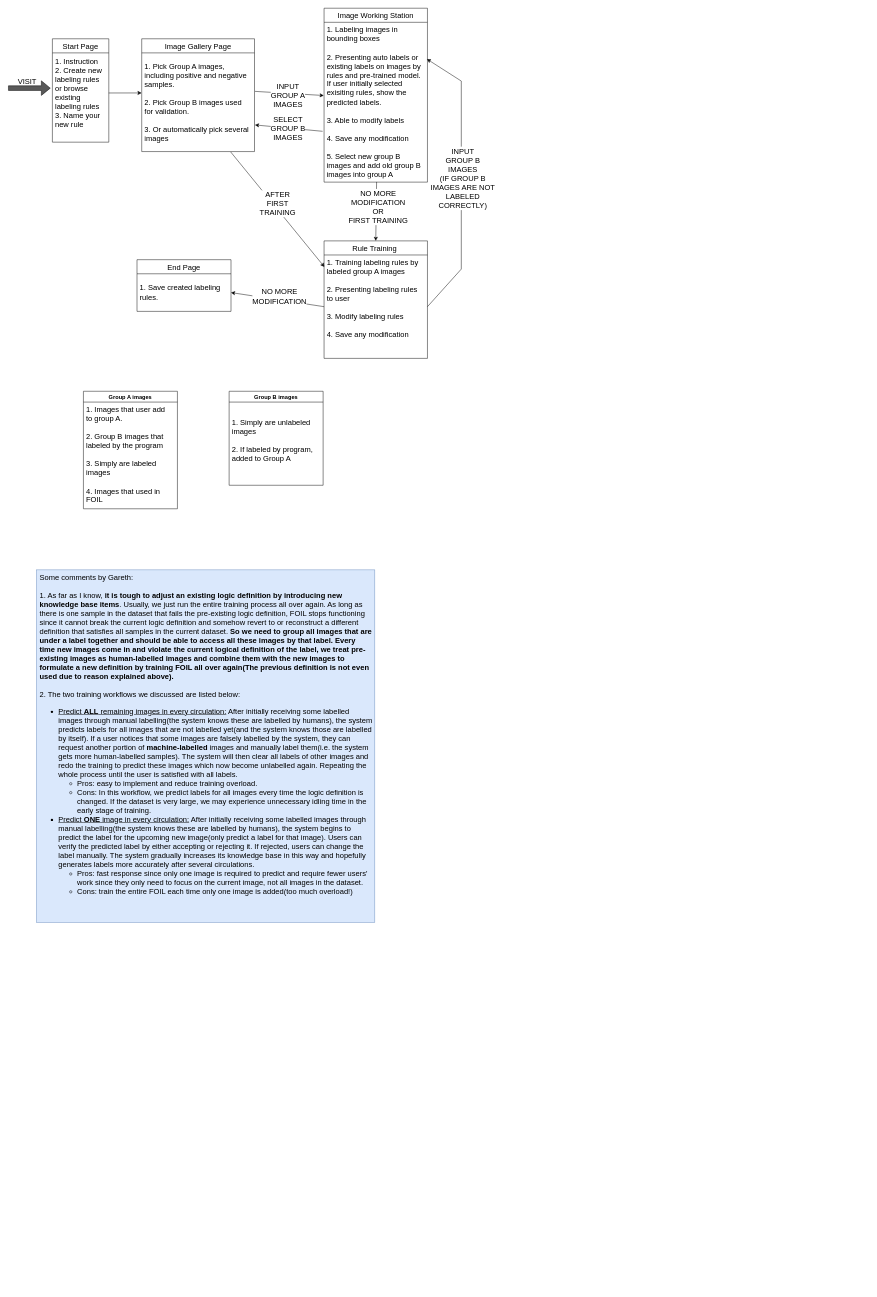
The draw.io diagram page "Scratch" (5 of 5) of architecture.drawio in Neural-Symbolic-Image-Labeling/NSILWeb, before the edit. Source tidied: cells renumbered, new cells numbered last; positions are measured from the earlier drawing's top-left corner, leaving out a move shared by most shapes. Both pictures are drawn from the tidied source at 47%, with x=0, y=0 at pixel (8, 8).
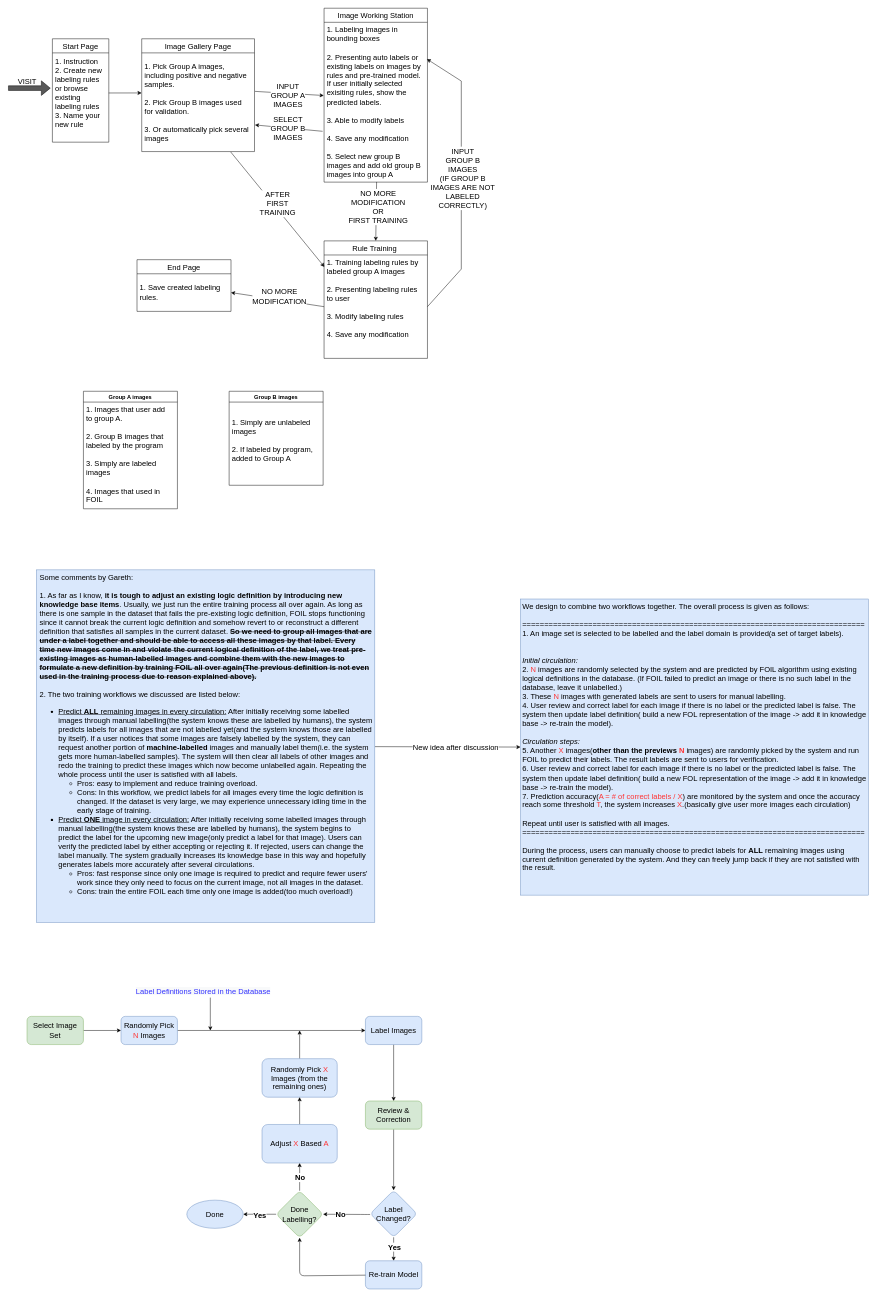
The same diagram, later.

Commit message:
add new frontend workflow

Change to the diagram source:
```diff
@@
+    <mxCell id="34" style="edgeStyle=none;html=1;entryX=0;entryY=0.5;entryDx=0;entryDy=0;" parent="1" edge="1" source="33" target="36">
+      <mxGeometry relative="1" as="geometry" />
+    </mxCell>
+    <mxCell id="35" value="New idea after discussion" style="edgeLabel;html=1;align=center;verticalAlign=middle;fontSize=16;" parent="34" vertex="1">
+      <mxGeometry x="0.11" y="-1" relative="1" as="geometry" />
+    </mxCell>
-    <mxCell id="33" value="&lt;div style=&quot;font-size: 16px;&quot;&gt;&lt;font style=&quot;font-size: 16px;&quot;&gt;Some comments by Gareth:&lt;/font&gt;&lt;/div&gt;&lt;div style=&quot;font-size: 16px;&quot;&gt;&lt;font style=&quot;font-size: 16px;&quot;&gt;&lt;br&gt;&lt;/font&gt;&lt;/div&gt;&lt;div style=&quot;font-size: 16px;&quot;&gt;&lt;font style=&quot;font-size: 16px;&quot;&gt;1. As far as I know, &lt;b&gt;it is tough to adjust an existing logic definition by introducing new knowledge base items&lt;/b&gt;. Usually, we just run the entire training process all over again. As long as there is one sample in the dataset that fails the pre-existing logic definition, FOIL stops functioning since it cannot break the current logic definition and somehow revert to or reconstruct a different definition that satisfies all samples in the current dataset. &lt;b&gt;So we need to group all images that are under a label together and should be able to access all these images by that label. Every time new images come in and violate the current logical definition of the label, we treat pre-existing images as human-labelled images and combine them with the new images to formulate a new definition by training FOIL all over again(The previous definition is not even used due to reason explained above). &lt;br&gt;&lt;/b&gt;&lt;/font&gt;&lt;/div&gt;&lt;div style=&quot;font-size: 16px;&quot;&gt;&lt;font style=&quot;font-size: 16px;&quot;&gt;&lt;br&gt;&lt;/font&gt;&lt;/div&gt;&lt;div style=&quot;font-size: 16px;&quot;&gt;&lt;font style=&quot;font-size: 16px;&quot;&gt;2. The two training workflows we discussed are listed below:&lt;/font&gt;&lt;/div&gt;&lt;div style=&quot;font-size: 16px;&quot;&gt;&lt;ul&gt;&lt;li&gt;&lt;font style=&quot;font-size: 16px;&quot;&gt;&lt;u&gt;Predict &lt;b&gt;ALL&lt;/b&gt; remaining images in every circulation:&lt;/u&gt; After initially receiving  some labelled images through manual labelling(the system knows these are labelled by humans), the system predicts labels for all images that are not labelled yet(and the system knows those are labelled by itself). If a user notices that some images are falsely labelled by the system, they can request another portion of &lt;b&gt;machine-labelled&lt;/b&gt; images and manually label them(i.e. the system gets more human-labelled samples). The system will then clear all labels of other images and redo the training to predict these images which now become unlabelled again. Repeating the whole process until the user is satisfied with all labels. &lt;br&gt;&lt;/font&gt;&lt;/li&gt;&lt;ul&gt;&lt;li&gt;&lt;font style=&quot;font-size: 16px;&quot;&gt;Pros: easy to implement and reduce training overload.&lt;br&gt;&lt;/font&gt;&lt;/li&gt;&lt;li&gt;&lt;font style=&quot;font-size: 16px;&quot;&gt;Cons: In this workflow, we predict labels for all images every time the logic definition is changed. If the dataset is very large, we may experience unnecessary idling time in the early stage of training.&amp;nbsp;&lt;/font&gt;&lt;/li&gt;&lt;/ul&gt;&lt;li&gt;&lt;font style=&quot;font-size: 16px;&quot;&gt;&lt;u&gt;Predict &lt;b&gt;ONE&lt;/b&gt; image in every circulation:&lt;/u&gt; After initially receiving  some labelled images through manual labelling(the system knows these are labelled by humans), the system begins to predict the label for the upcoming new image(only predict a label for that image). Users can verify the predicted label by either accepting or rejecting it. If rejected, users can change the label manually. The system gradually increases its knowledge base in this way and hopefully generates labels more accurately after several circulations.&lt;/font&gt;&lt;/li&gt;&lt;ul&gt;&lt;li&gt;&lt;font style=&quot;font-size: 16px;&quot;&gt;Pros: fast response since only one image is required to predict and require fewer users' work since they only need to focus on the current image, not all images in the dataset. &lt;br&gt;&lt;/font&gt;&lt;/li&gt;&lt;li&gt;&lt;font style=&quot;font-size: 16px;&quot;&gt;Cons: train the entire FOIL each time only one image is added(too much overload!)&lt;br&gt;&lt;/font&gt;&lt;/li&gt;&lt;/ul&gt;&lt;/ul&gt;&lt;/div&gt;" style="rounded=0;whiteSpace=wrap;html=1;fillColor=#dae8fc;strokeColor=#6c8ebf;align=left;verticalAlign=top;labelPosition=center;verticalLabelPosition=middle;spacingLeft=5;spacingRight=5;" parent="1" vertex="1">
+    <mxCell id="33" value="&lt;div style=&quot;font-size: 16px&quot;&gt;&lt;font style=&quot;font-size: 16px&quot;&gt;Some comments by Gareth:&lt;/font&gt;&lt;/div&gt;&lt;div style=&quot;font-size: 16px&quot;&gt;&lt;font style=&quot;font-size: 16px&quot;&gt;&lt;br&gt;&lt;/font&gt;&lt;/div&gt;&lt;div style=&quot;font-size: 16px&quot;&gt;&lt;font style=&quot;font-size: 16px&quot;&gt;1. As far as I know, &lt;b&gt;it is tough to adjust an existing logic definition by introducing new knowledge base items&lt;/b&gt;. Usually, we just run the entire training process all over again. As long as there is one sample in the dataset that fails the pre-existing logic definition, FOIL stops functioning since it cannot break the current logic definition and somehow revert to or reconstruct a different definition that satisfies all samples in the current dataset. &lt;b&gt;&lt;strike&gt;So we need to group all images that are under a label together and should be able to access all these images by that label. Every time new images come in and violate the current logical definition of the label, we treat pre-existing images as human-labelled images and combine them with the new images to formulate a new definition by training FOIL all over again(The previous definition is not even used in the training process due to reason explained above). &lt;/strike&gt;&lt;br&gt;&lt;/b&gt;&lt;/font&gt;&lt;/div&gt;&lt;div style=&quot;font-size: 16px&quot;&gt;&lt;font style=&quot;font-size: 16px&quot;&gt;&lt;br&gt;&lt;/font&gt;&lt;/div&gt;&lt;div style=&quot;font-size: 16px&quot;&gt;&lt;font style=&quot;font-size: 16px&quot;&gt;2. The two training workflows we discussed are listed below:&lt;/font&gt;&lt;/div&gt;&lt;div style=&quot;font-size: 16px&quot;&gt;&lt;ul&gt;&lt;li&gt;&lt;font style=&quot;font-size: 16px&quot;&gt;&lt;u&gt;Predict &lt;b&gt;ALL&lt;/b&gt; remaining images in every circulation:&lt;/u&gt; After initially receiving  some labelled images through manual labelling(the system knows these are labelled by humans), the system predicts labels for all images that are not labelled yet(and the system knows those are labelled by itself). If a user notices that some images are falsely labelled by the system, they can request another portion of &lt;b&gt;machine-labelled&lt;/b&gt; images and manually label them(i.e. the system gets more human-labelled samples). The system will then clear all labels of other images and redo the training to predict these images which now become unlabelled again. Repeating the whole process until the user is satisfied with all labels. &lt;br&gt;&lt;/font&gt;&lt;/li&gt;&lt;ul&gt;&lt;li&gt;&lt;font style=&quot;font-size: 16px&quot;&gt;Pros: easy to implement and reduce training overload.&lt;br&gt;&lt;/font&gt;&lt;/li&gt;&lt;li&gt;&lt;font style=&quot;font-size: 16px&quot;&gt;Cons: In this workflow, we predict labels for all images every time the logic definition is changed. If the dataset is very large, we may experience unnecessary idling time in the early stage of training.&amp;nbsp;&lt;/font&gt;&lt;/li&gt;&lt;/ul&gt;&lt;li&gt;&lt;font style=&quot;font-size: 16px&quot;&gt;&lt;u&gt;Predict &lt;b&gt;ONE&lt;/b&gt; image in every circulation:&lt;/u&gt; After initially receiving  some labelled images through manual labelling(the system knows these are labelled by humans), the system begins to predict the label for the upcoming new image(only predict a label for that image). Users can verify the predicted label by either accepting or rejecting it. If rejected, users can change the label manually. The system gradually increases its knowledge base in this way and hopefully generates labels more accurately after several circulations.&lt;/font&gt;&lt;/li&gt;&lt;ul&gt;&lt;li&gt;&lt;font style=&quot;font-size: 16px&quot;&gt;Pros: fast response since only one image is required to predict and require fewer users' work since they only need to focus on the current image, not all images in the dataset. &lt;br&gt;&lt;/font&gt;&lt;/li&gt;&lt;li&gt;&lt;font style=&quot;font-size: 16px&quot;&gt;Cons: train the entire FOIL each time only one image is added(too much overload!)&lt;br&gt;&lt;/font&gt;&lt;/li&gt;&lt;/ul&gt;&lt;/ul&gt;&lt;/div&gt;" style="rounded=0;whiteSpace=wrap;html=1;fillColor=#dae8fc;strokeColor=#6c8ebf;align=left;verticalAlign=top;labelPosition=center;verticalLabelPosition=middle;spacingLeft=5;spacingRight=5;" parent="1" vertex="1">
       <mxGeometry x="60" y="1195" width="720" height="750" as="geometry" />
     </mxCell>
+    <mxCell id="36" value="We design to combine two workflows together. The overall process is given as follows:&lt;br&gt;&lt;br&gt;==============================================================================&lt;br&gt;1. An image set is selected to be labelled and the label domain is provided(a set of target labels).&lt;br&gt;&lt;br&gt;&lt;br&gt;&lt;i&gt;Initial circulation:&lt;/i&gt;&lt;br&gt;2.&amp;nbsp;&lt;font color=&quot;#ff3333&quot;&gt;N&amp;nbsp;&lt;/font&gt;images are randomly selected by the system and are predicted by FOIL algorithm using existing logical definitions in the database. (If FOIL failed to predict an image or there is no such label in the database, leave it unlabelled.)&lt;br&gt;3. These &lt;font color=&quot;#ff3333&quot;&gt;N &lt;/font&gt;images with generated labels are sent to users for manual labelling.&lt;br&gt;4. User review and correct label for each image if there is no label or the predicted label is false. The system then update label definition( build a new FOL representation of the image -&amp;gt; add it in knowledge base -&amp;gt; re-train the model).&lt;br&gt;&lt;br&gt;&lt;i&gt;Circulation steps:&lt;/i&gt;&lt;br&gt;5. Another&amp;nbsp;&lt;font color=&quot;#ff3333&quot;&gt;X &lt;/font&gt;images(&lt;b&gt;other than the previews &lt;/b&gt;&lt;font color=&quot;#ff3333&quot;&gt;&lt;b&gt;N&lt;/b&gt; &lt;/font&gt;images) are randomly picked by the system and run FOIL to predict their labels. The result labels are sent to users for verification.&lt;br&gt;6. User review and correct label for each image if there is no label or the predicted label is false. The system then update label definition( build a new FOL representation of the image -&amp;gt; add it in knowledge base -&amp;gt; re-train the model).&lt;br&gt;7. Prediction accuracy(&lt;font color=&quot;#ff3333&quot;&gt;A = # of correct labels / X&lt;/font&gt;) are monitored by the system and once the accuracy reach some threshold &lt;font color=&quot;#ff3333&quot;&gt;T&lt;/font&gt;, the system increases &lt;font color=&quot;#ff3333&quot;&gt;X&lt;/font&gt;.(basically give user more images each circulation)&lt;br&gt;&lt;br&gt;Repeat until user is satisfied with all images.&lt;br&gt;==============================================================================&lt;br&gt;&lt;br&gt;During the process, users can manually choose to predict labels for &lt;b&gt;ALL&lt;/b&gt; remaining images using current definition generated by the system. And they can freely jump back if they are not satisfied with the result.&lt;br&gt;&lt;br&gt;" style="whiteSpace=wrap;html=1;fillColor=#dae8fc;strokeColor=#6c8ebf;align=left;verticalAlign=top;spacingLeft=2;spacingRight=2;fontSize=16;" parent="1" vertex="1">
+      <mxGeometry x="1090" y="1257" width="740" height="630" as="geometry" />
+    </mxCell>
+    <mxCell id="37" style="edgeStyle=none;html=1;fontSize=16;fontColor=#000000;" parent="1" edge="1" source="38" target="40">
+      <mxGeometry relative="1" as="geometry" />
+    </mxCell>
+    <mxCell id="38" value="Select Image Set" style="rounded=1;whiteSpace=wrap;html=1;fontSize=16;fillColor=#d5e8d4;strokeColor=#82b366;" parent="1" vertex="1">
+      <mxGeometry x="40" y="2145" width="120" height="60" as="geometry" />
+    </mxCell>
+    <mxCell id="39" style="edgeStyle=none;html=1;fontSize=16;fontColor=#FF3333;" parent="1" edge="1" source="40" target="42">
+      <mxGeometry relative="1" as="geometry" />
+    </mxCell>
+    <mxCell id="40" value="Randomly Pick &lt;font color=&quot;#ff3333&quot;&gt;N&lt;/font&gt; Images" style="rounded=1;whiteSpace=wrap;html=1;fontSize=16;fillColor=#dae8fc;strokeColor=#6c8ebf;" parent="1" vertex="1">
+      <mxGeometry x="240" y="2145" width="120" height="60" as="geometry" />
+    </mxCell>
+    <mxCell id="41" style="edgeStyle=none;html=1;fontSize=16;fontColor=#3333FF;" parent="1" edge="1" source="42" target="46">
+      <mxGeometry relative="1" as="geometry" />
+    </mxCell>
+    <mxCell id="42" value="Label Images" style="rounded=1;whiteSpace=wrap;html=1;fontSize=16;fillColor=#dae8fc;strokeColor=#6c8ebf;" parent="1" vertex="1">
+      <mxGeometry x="760" y="2145" width="120" height="60" as="geometry" />
+    </mxCell>
+    <mxCell id="43" style="endArrow=classic;html=1;fontSize=16;fontColor=#3333FF;exitX=0.5;exitY=1;exitDx=0;exitDy=0;" parent="1" edge="1" source="44">
+      <mxGeometry relative="1" as="geometry">
+        <mxPoint x="430" y="2175" as="targetPoint" />
+      </mxGeometry>
+    </mxCell>
+    <mxCell id="44" value="&lt;span style=&quot;color: rgb(51 , 51 , 255) ; font-family: &amp;#34;helvetica&amp;#34; ; font-size: 16px ; font-style: normal ; font-weight: 400 ; letter-spacing: normal ; text-align: center ; text-indent: 0px ; text-transform: none ; word-spacing: 0px ; background-color: rgb(248 , 249 , 250) ; display: inline ; float: none&quot;&gt;Label Definitions Stored in the Database&lt;/span&gt;" style="text;whiteSpace=wrap;html=1;fontSize=16;fontColor=#3333FF;" parent="1" vertex="1">
+      <mxGeometry x="270" y="2075" width="320" height="30" as="geometry" />
+    </mxCell>
+    <mxCell id="45" style="edgeStyle=none;html=1;fontSize=16;fontColor=#3333FF;" parent="1" edge="1" source="46" target="51">
+      <mxGeometry relative="1" as="geometry" />
+    </mxCell>
+    <mxCell id="46" value="Review &amp;amp; Correction" style="rounded=1;whiteSpace=wrap;html=1;fontSize=16;fillColor=#d5e8d4;strokeColor=#82b366;" parent="1" vertex="1">
+      <mxGeometry x="760" y="2325" width="120" height="60" as="geometry" />
+    </mxCell>
+    <mxCell id="47" style="edgeStyle=none;html=1;fontSize=16;fontColor=#3333FF;" parent="1" edge="1" source="51" target="52">
+      <mxGeometry relative="1" as="geometry" />
+    </mxCell>
+    <mxCell id="48" value="&lt;font color=&quot;#000000&quot;&gt;&lt;b&gt;Yes&lt;/b&gt;&lt;/font&gt;" style="edgeLabel;html=1;align=center;verticalAlign=bottom;fontSize=16;fontColor=#3333FF;" parent="47" vertex="1">
+      <mxGeometry x="0.29" y="1" relative="1" as="geometry" />
+    </mxCell>
+    <mxCell id="49" style="edgeStyle=none;html=1;fontSize=16;fontColor=#000000;entryX=1;entryY=0.5;entryDx=0;entryDy=0;" parent="1" edge="1" target="60">
+      <mxGeometry relative="1" as="geometry">
+        <mxPoint x="770" y="2566.5" as="sourcePoint" />
+        <Array as="points">
+          <mxPoint x="760" y="2566.5" />
+        </Array>
+      </mxGeometry>
+    </mxCell>
+    <mxCell id="50" value="&lt;b&gt;No&lt;/b&gt;" style="edgeLabel;html=1;align=left;verticalAlign=middle;fontSize=16;fontColor=#000000;" parent="49" vertex="1">
+      <mxGeometry x="0.49" relative="1" as="geometry" />
+    </mxCell>
+    <mxCell id="51" value="Label Changed?" style="rhombus;whiteSpace=wrap;html=1;fontSize=16;fillColor=#dae8fc;strokeColor=#6c8ebf;rounded=1;" parent="1" vertex="1">
+      <mxGeometry x="770" y="2515" width="100" height="100" as="geometry" />
+    </mxCell>
+    <mxCell id="52" value="Re-train Model" style="whiteSpace=wrap;html=1;fontSize=16;fillColor=#dae8fc;strokeColor=#6c8ebf;rounded=1;" parent="1" vertex="1">
+      <mxGeometry x="760" y="2665" width="120" height="60" as="geometry" />
+    </mxCell>
+    <mxCell id="53" style="edgeStyle=none;html=1;fontSize=16;fontColor=#FF3333;exitX=0.5;exitY=0;exitDx=0;exitDy=0;entryX=0.5;entryY=1;entryDx=0;entryDy=0;" parent="1" edge="1" source="60" target="63">
+      <mxGeometry relative="1" as="geometry" />
+    </mxCell>
+    <mxCell id="54" value="&lt;b&gt;&lt;font color=&quot;#000000&quot;&gt;No&lt;/font&gt;&lt;/b&gt;" style="edgeLabel;html=1;align=center;verticalAlign=bottom;fontSize=16;fontColor=#FF3333;" parent="53" vertex="1">
+      <mxGeometry x="-0.41" relative="1" as="geometry" />
+    </mxCell>
+    <mxCell id="55" style="edgeStyle=none;html=1;fontSize=16;fontColor=#FF3333;entryX=0.5;entryY=1;entryDx=0;entryDy=0;" parent="1" edge="1" source="52" target="60">
+      <mxGeometry relative="1" as="geometry">
+        <Array as="points">
+          <mxPoint x="620" y="2697" />
+        </Array>
+      </mxGeometry>
+    </mxCell>
+    <mxCell id="56" style="edgeStyle=none;html=1;fontSize=16;fontColor=#000000;" parent="1" edge="1" source="57">
+      <mxGeometry relative="1" as="geometry">
+        <mxPoint x="620" y="2175" as="targetPoint" />
+      </mxGeometry>
+    </mxCell>
+    <mxCell id="57" value="Randomly Pick &lt;font color=&quot;#ff3333&quot;&gt;X&lt;/font&gt; Images (from the remaining ones)" style="whiteSpace=wrap;html=1;fontSize=16;fillColor=#dae8fc;strokeColor=#6c8ebf;rounded=1;" parent="1" vertex="1">
+      <mxGeometry x="540" y="2235" width="160" height="82" as="geometry" />
+    </mxCell>
+    <mxCell id="58" style="edgeStyle=none;html=1;fontSize=16;fontColor=#000000;" parent="1" edge="1" source="60" target="61">
+      <mxGeometry relative="1" as="geometry" />
+    </mxCell>
+    <mxCell id="59" value="&lt;b&gt;Yes&lt;/b&gt;" style="edgeLabel;html=1;align=left;verticalAlign=middle;fontSize=16;fontColor=#000000;" parent="58" vertex="1">
+      <mxGeometry x="0.43" y="1" relative="1" as="geometry" />
+    </mxCell>
+    <mxCell id="60" value="Done Labelling?" style="rhombus;whiteSpace=wrap;html=1;fontSize=16;fillColor=#d5e8d4;strokeColor=#82b366;rounded=1;" parent="1" vertex="1">
+      <mxGeometry x="570" y="2516" width="100" height="100" as="geometry" />
+    </mxCell>
+    <mxCell id="61" value="Done" style="ellipse;whiteSpace=wrap;html=1;fontSize=16;fillColor=#dae8fc;strokeColor=#6c8ebf;rounded=1;" parent="1" vertex="1">
+      <mxGeometry x="380" y="2536" width="120" height="60" as="geometry" />
+    </mxCell>
+    <mxCell id="62" style="edgeStyle=none;html=1;entryX=0.5;entryY=1;entryDx=0;entryDy=0;fontSize=16;fontColor=#FF3333;" parent="1" edge="1" source="63" target="57">
+      <mxGeometry relative="1" as="geometry" />
+    </mxCell>
+    <mxCell id="63" value="Adjust &lt;font color=&quot;#ff3333&quot;&gt;X&lt;/font&gt; Based &lt;font color=&quot;#ff3333&quot;&gt;A&lt;/font&gt;" style="whiteSpace=wrap;html=1;fontSize=16;fillColor=#dae8fc;strokeColor=#6c8ebf;rounded=1;" parent="1" vertex="1">
+      <mxGeometry x="540" y="2375" width="160" height="82" as="geometry" />
+    </mxCell>
```
